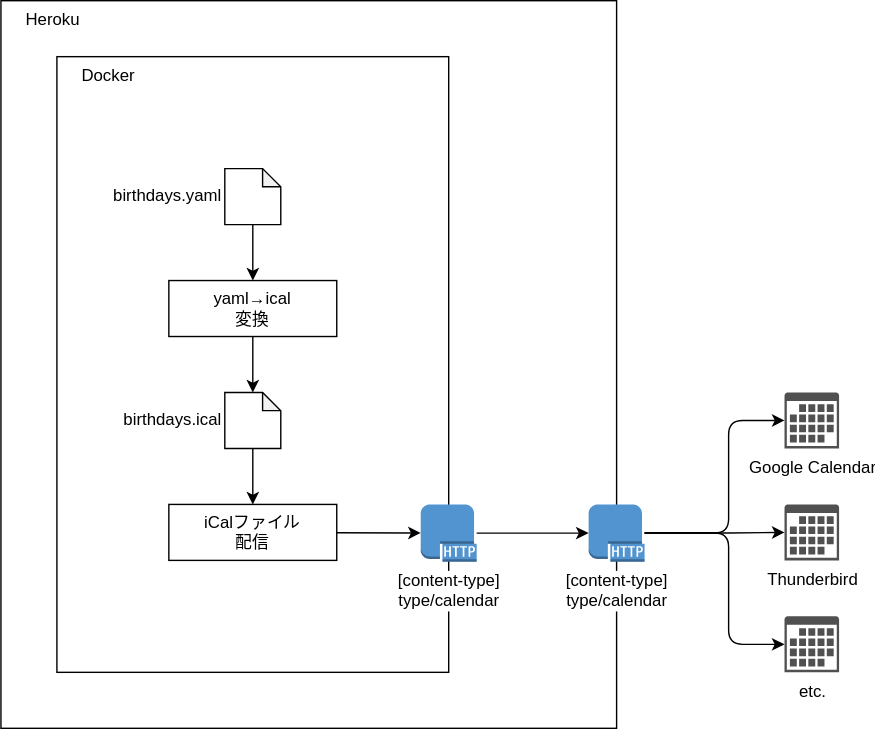
The draw.io diagram docs/overview.drawio.svg in ushibutatory/umamusume-birthdays, before a commit. Source tidied: cells renumbered, new cells last; positions are measured from the earlier drawing's top-left corner, leaving out a move shared by most shapes.
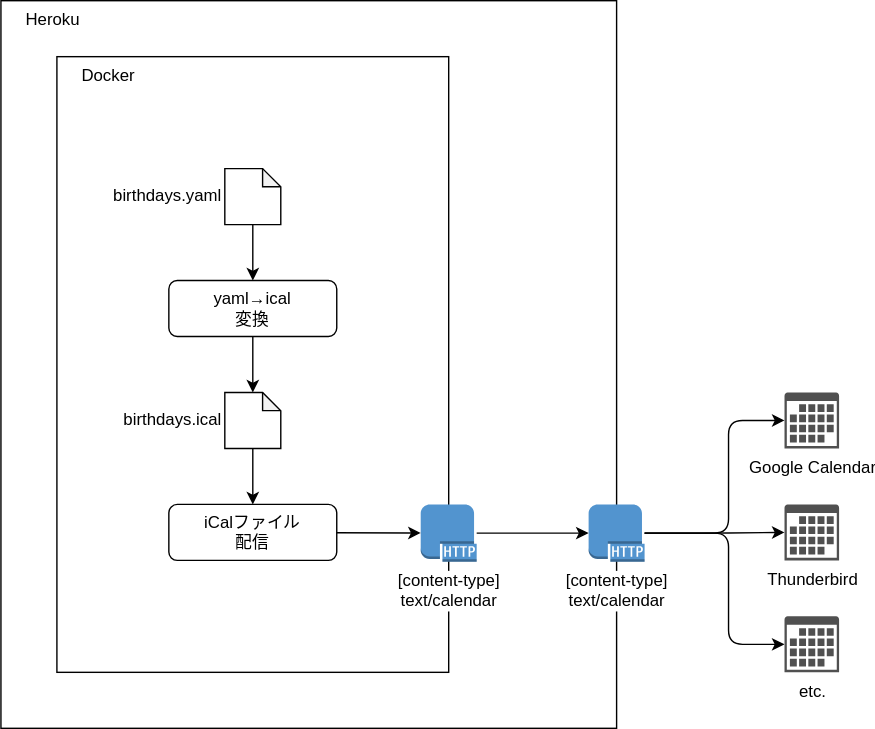
Above is the later version.

The edit, as a diff of the source:
```diff
@@ -8,7 +8,7 @@
     <mxCell id="3" value="Docker" style="whiteSpace=wrap;html=1;fillColor=none;verticalAlign=top;align=left;spacingLeft=16;" parent="1" vertex="1">
       <mxGeometry x="40" y="40" width="280" height="440" as="geometry" />
     </mxCell>
-    <mxCell id="4" value="yaml→ical&lt;br&gt;変換" style="whiteSpace=wrap;html=1;" parent="1" vertex="1">
+    <mxCell id="4" value="yaml→ical&lt;br&gt;変換" style="whiteSpace=wrap;html=1;rounded=1;" parent="1" vertex="1">
       <mxGeometry x="120" y="200" width="120" height="40" as="geometry" />
     </mxCell>
     <mxCell id="5" style="endArrow=classic;html=1;edgeStyle=orthogonalEdgeStyle;" parent="1" edge="1" source="17" target="10">
@@ -45,7 +45,7 @@
         </Array>
       </mxGeometry>
     </mxCell>
-    <mxCell id="13" value="iCalファイル&lt;br&gt;配信" style="whiteSpace=wrap;html=1;" parent="1" vertex="1">
+    <mxCell id="13" value="iCalファイル&lt;br&gt;配信" style="whiteSpace=wrap;html=1;rounded=1;" parent="1" vertex="1">
       <mxGeometry x="120" y="360" width="120" height="40" as="geometry" />
     </mxCell>
     <mxCell id="14" value="birthdays.ical" style="shape=note;whiteSpace=wrap;html=1;backgroundOutline=1;darkOpacity=0.05;labelPosition=left;verticalLabelPosition=middle;align=right;verticalAlign=middle;size=13;" parent="1" vertex="1">
@@ -57,13 +57,13 @@
     <mxCell id="16" style="endArrow=classic;html=1;" parent="1" edge="1" source="14" target="13">
       <mxGeometry relative="1" as="geometry" />
     </mxCell>
-    <mxCell id="17" value="[content-type]&lt;br&gt;type/calendar" style="outlineConnect=0;dashed=0;verticalLabelPosition=bottom;verticalAlign=top;align=center;html=1;shape=mxgraph.aws3.http_protocol;fillColor=#5294CF;gradientColor=none;labelBorderColor=none;labelBackgroundColor=#ffffff;" parent="1" vertex="1">
+    <mxCell id="17" value="[content-type]&lt;br&gt;text/calendar" style="outlineConnect=0;dashed=0;verticalLabelPosition=bottom;verticalAlign=top;align=center;html=1;shape=mxgraph.aws3.http_protocol;fillColor=#5294CF;gradientColor=none;labelBorderColor=none;labelBackgroundColor=#ffffff;" parent="1" vertex="1">
       <mxGeometry x="420" y="360" width="40" height="41" as="geometry" />
     </mxCell>
     <mxCell id="18" style="endArrow=classic;html=1;" parent="1" edge="1" source="19" target="17">
       <mxGeometry relative="1" as="geometry" />
     </mxCell>
-    <mxCell id="19" value="[content-type]&lt;br&gt;type/calendar" style="outlineConnect=0;dashed=0;verticalLabelPosition=bottom;verticalAlign=top;align=center;html=1;shape=mxgraph.aws3.http_protocol;fillColor=#5294CF;gradientColor=none;labelBorderColor=none;labelBackgroundColor=#ffffff;" parent="1" vertex="1">
+    <mxCell id="19" value="[content-type]&lt;br&gt;text/calendar" style="outlineConnect=0;dashed=0;verticalLabelPosition=bottom;verticalAlign=top;align=center;html=1;shape=mxgraph.aws3.http_protocol;fillColor=#5294CF;gradientColor=none;labelBorderColor=none;labelBackgroundColor=#ffffff;" parent="1" vertex="1">
       <mxGeometry x="300" y="360" width="40" height="41" as="geometry" />
     </mxCell>
     <mxCell id="20" style="endArrow=classic;html=1;" parent="1" edge="1" source="13" target="19">
```
